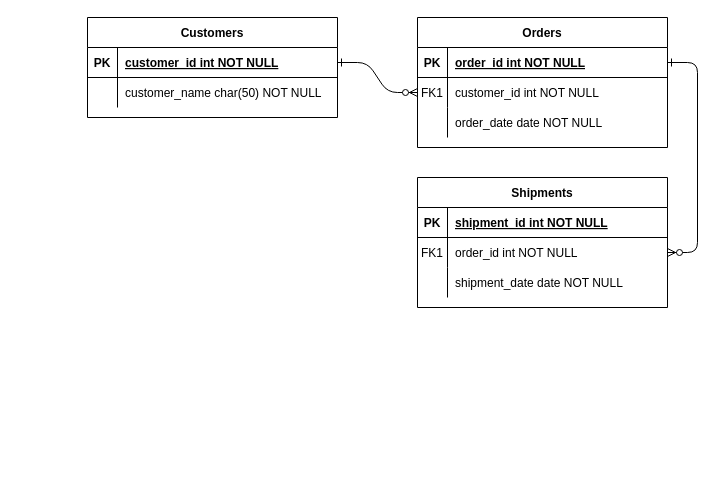
The draw.io diagram eatsy_erd.drawio in burimar/ZombieRunner, before the edit. Source tidied: cells renumbered, new cells numbered last; positions are measured from the earlier drawing's top-left corner, leaving out a move shared by most shapes. Both pictures are drawn from the tidied source at 100%, with x=0, y=0 at pixel (87, 17).
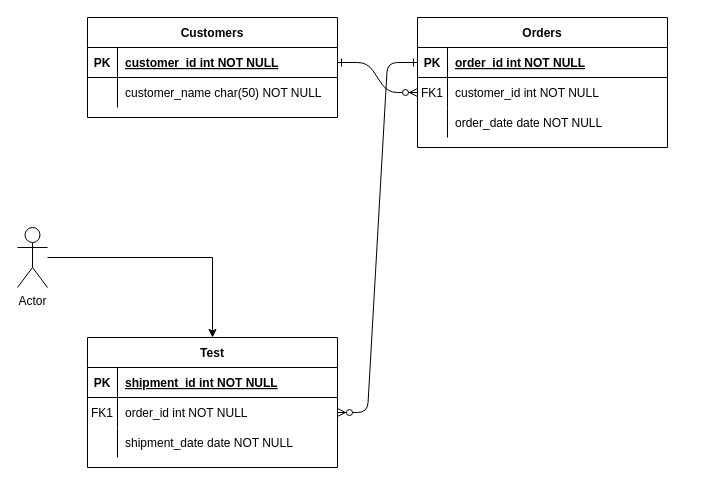
After the change.

What changed in the source:
```diff
@@
-    <mxCell id="14" value="Shipments" style="shape=table;startSize=30;childLayout=tableLayout;rowLines=0;fontStyle=1;align=center;" parent="1" vertex="1">
-      <mxGeometry x="330" y="160" width="250" height="130" as="geometry" />
+    <mxCell id="14" value="Test" style="shape=table;startSize=30;childLayout=tableLayout;rowLines=0;fontStyle=1;align=center;" parent="1" vertex="1">
+      <mxGeometry y="320" width="250" height="130" as="geometry" />
     </mxCell>
@@
+    <mxCell id="31" style="edgeStyle=orthogonalEdgeStyle;rounded=0;jettySize=auto;html=1;entryX=0.5;entryY=0;entryDx=0;entryDy=0;" parent="1" edge="1" source="32" target="14">
+      <mxGeometry relative="1" as="geometry" />
+    </mxCell>
+    <mxCell id="32" value="Actor" style="shape=umlActor;verticalLabelPosition=bottom;verticalAlign=top;html=1;outlineConnect=0;" parent="1" vertex="1">
+      <mxGeometry x="-70" y="210" width="30" height="60" as="geometry" />
+    </mxCell>
```
